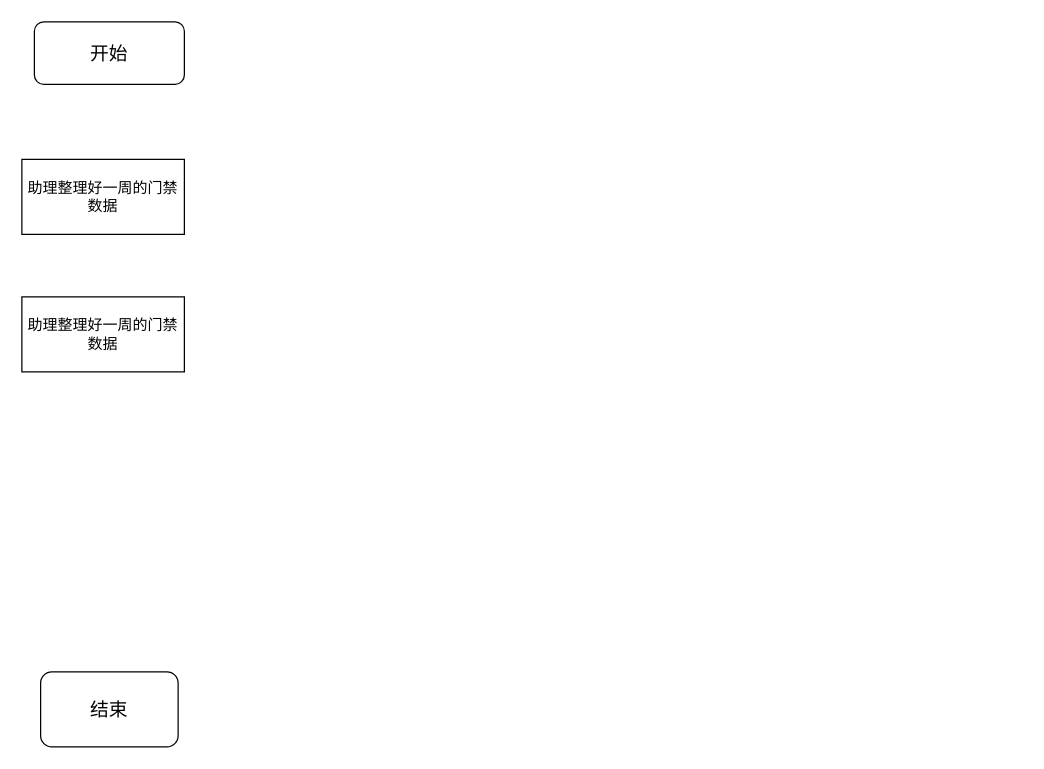
The draw.io diagram 自动化整理门禁信息.drawio in PenguinLJ/DrawChart, before the edit. Source tidied: cells renumbered, new cells numbered last; positions are measured from the earlier drawing's top-left corner, leaving out a move shared by most shapes. Both pictures are drawn from the tidied source at 125%, with x=0, y=0 at pixel (21, 21).
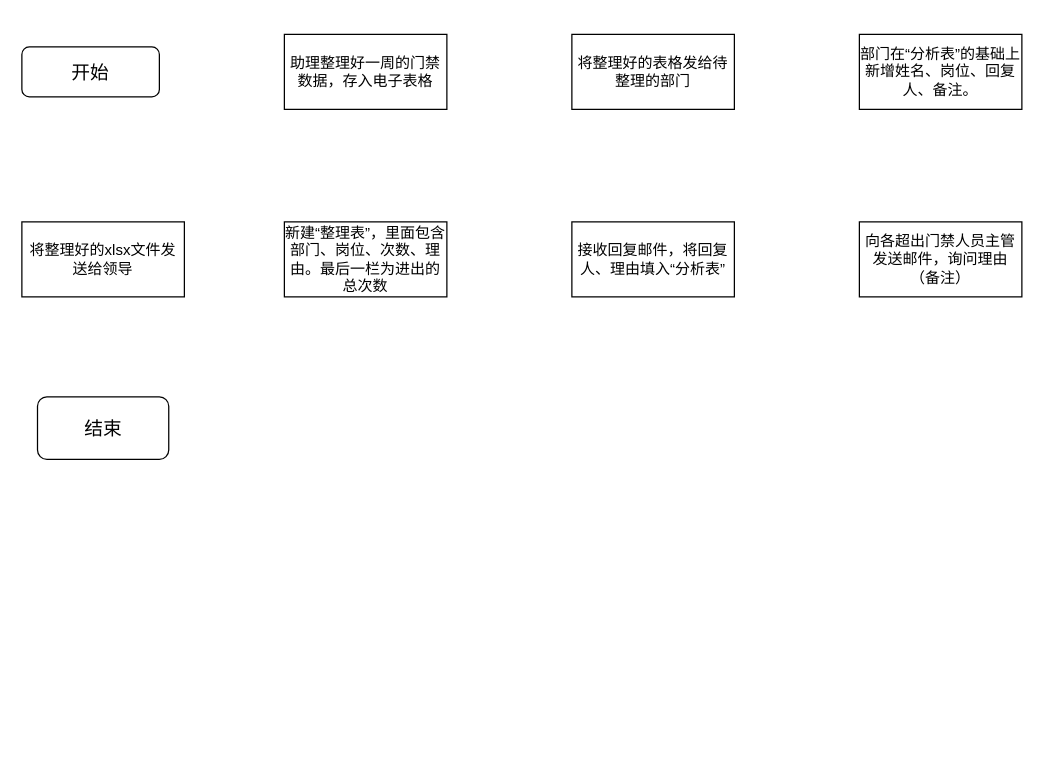
The same diagram, later.

Commit message (it also covers changes not shown here):
更新自动化整理门禁信息.drawio

The edit, as a diff of the source:
```diff
@@
 <mxGraphModel>
   <root>
     <mxCell id="0" />
     <mxCell id="1" parent="0" />
     <mxCell id="2" value="&lt;font style=&quot;font-size: 15px;&quot;&gt;开始&lt;/font&gt;" style="rounded=1;whiteSpace=wrap;html=1;" parent="1" vertex="1">
-      <mxGeometry x="10" width="120" height="50" as="geometry" />
+      <mxGeometry y="20" width="110" height="40" as="geometry" />
     </mxCell>
     <mxCell id="3" value="&lt;font style=&quot;font-size: 15px;&quot;&gt;结束&lt;/font&gt;" style="rounded=1;whiteSpace=wrap;html=1;" parent="1" vertex="1">
-      <mxGeometry x="15" y="520" width="110" height="60" as="geometry" />
+      <mxGeometry x="12.5" y="300" width="105" height="50" as="geometry" />
     </mxCell>
-    <mxCell id="4" value="助理整理好一周的门禁数据" style="rounded=0;whiteSpace=wrap;html=1;" parent="1" vertex="1">
-      <mxGeometry y="110" width="130" height="60" as="geometry" />
+    <mxCell id="4" value="助理整理好一周的门禁数据，存入电子表格" style="rounded=0;whiteSpace=wrap;html=1;" parent="1" vertex="1">
+      <mxGeometry x="210" y="10" width="130" height="60" as="geometry" />
     </mxCell>
-    <mxCell id="5" value="助理整理好一周的门禁数据" style="rounded=0;whiteSpace=wrap;html=1;" parent="1" vertex="1">
-      <mxGeometry y="220" width="130" height="60" as="geometry" />
+    <mxCell id="5" value="将整理好的表格发给待整理的部门" style="rounded=0;whiteSpace=wrap;html=1;" parent="1" vertex="1">
+      <mxGeometry x="440" y="10" width="130" height="60" as="geometry" />
     </mxCell>
+    <mxCell id="6" value="部门在“分析表”的基础上新增姓名、岗位、回复人、备注。" style="rounded=0;whiteSpace=wrap;html=1;" parent="1" vertex="1">
+      <mxGeometry x="670" y="10" width="130" height="60" as="geometry" />
+    </mxCell>
+    <mxCell id="7" value="向各超出门禁人员主管发送邮件，询问理由（备注）" style="rounded=0;whiteSpace=wrap;html=1;" parent="1" vertex="1">
+      <mxGeometry x="670" y="160" width="130" height="60" as="geometry" />
+    </mxCell>
+    <mxCell id="8" value="接收回复邮件，将回复人、理由填入“分析表”" style="rounded=0;whiteSpace=wrap;html=1;" parent="1" vertex="1">
+      <mxGeometry x="440" y="160" width="130" height="60" as="geometry" />
+    </mxCell>
+    <mxCell id="9" value="新建“整理表”，里面包含部门、岗位、次数、理由。最后一栏为进出的总次数" style="rounded=0;whiteSpace=wrap;html=1;" parent="1" vertex="1">
+      <mxGeometry x="210" y="160" width="130" height="60" as="geometry" />
+    </mxCell>
+    <mxCell id="10" value="将整理好的xlsx文件发送给领导" style="rounded=0;whiteSpace=wrap;html=1;" parent="1" vertex="1">
+      <mxGeometry y="160" width="130" height="60" as="geometry" />
+    </mxCell>
   </root>
 </mxGraphModel>
```
